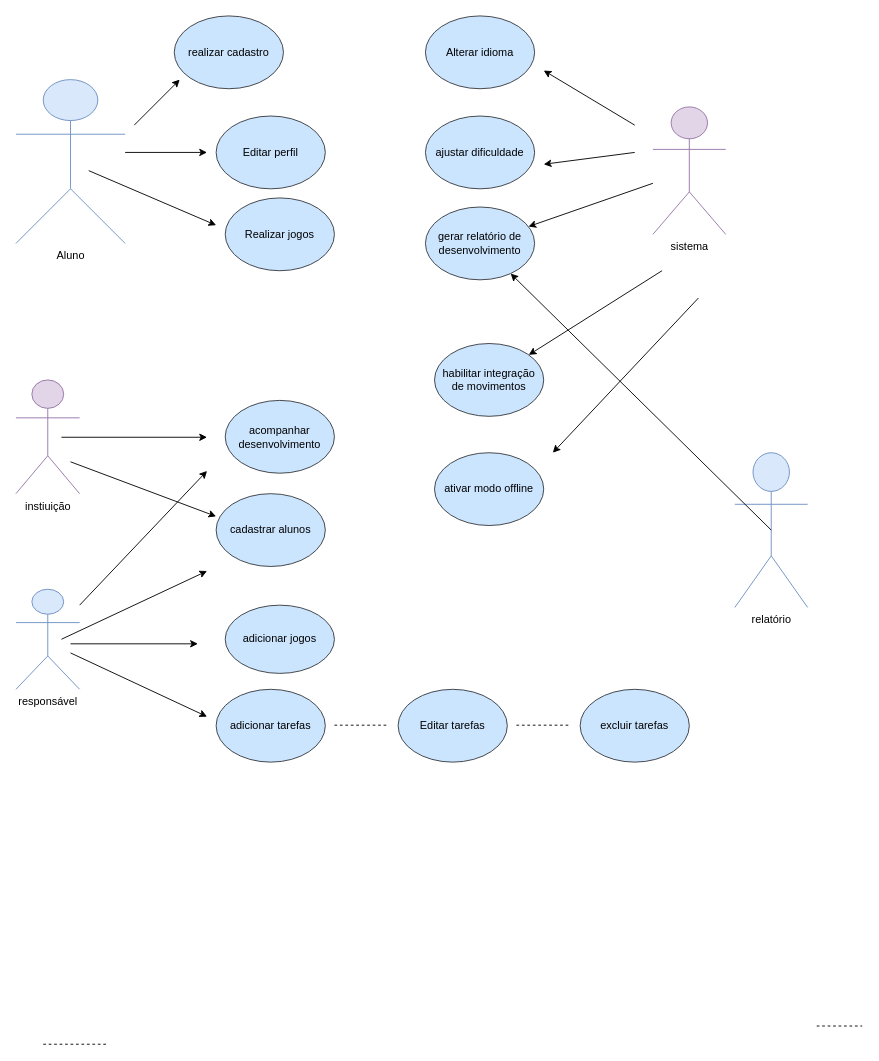
Before: page "diagrama de casos de uso" (2 of 3) of Diagramaaula.drawio in AnaBeatriz191/diagramasderequisitos, a draw.io diagram. Source tidied: cells renumbered, new cells numbered last; positions are measured from the earlier drawing's top-left corner, leaving out a move shared by most shapes. Both pictures are drawn from the tidied source at 91%, with x=0, y=0 at pixel (15, 15).
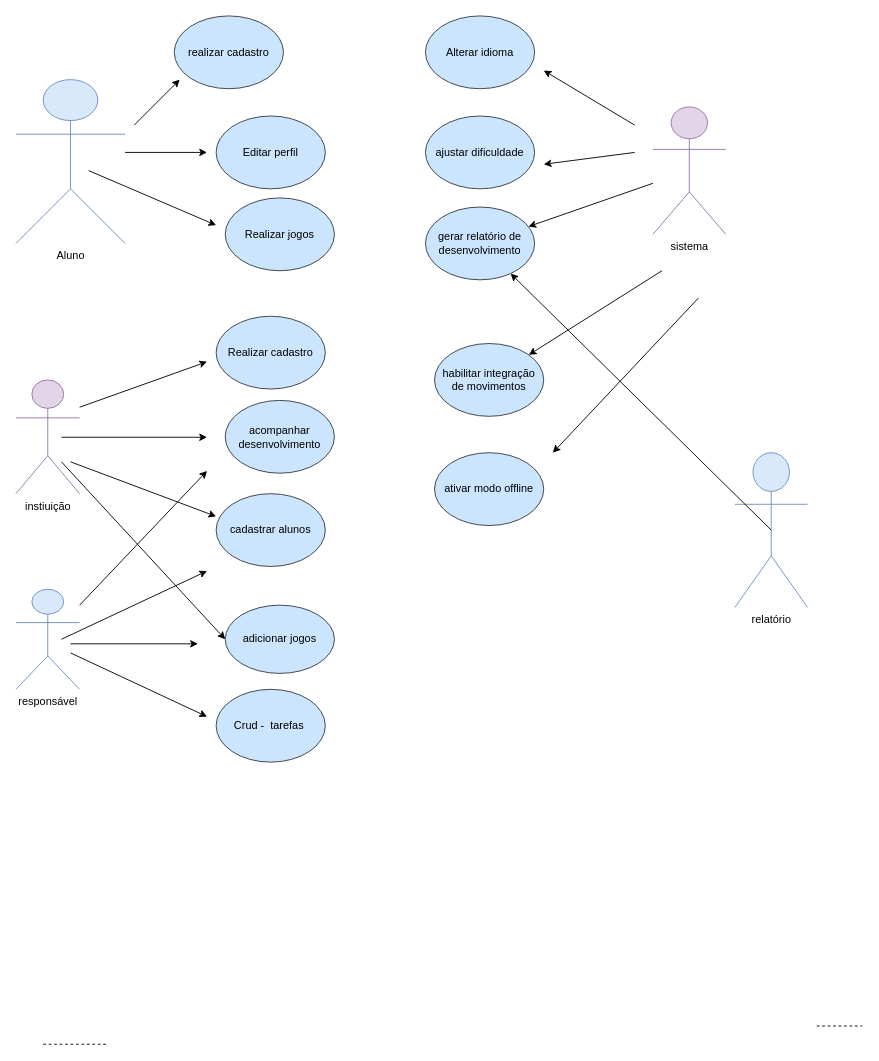
The same page after the edit.

The change refers to these unchanged cells:
```xml
<mxCell id="16" value="adicionar jogos" style="ellipse;whiteSpace=wrap;html=1;fillColor=#cce5ff;strokeColor=#36393d;" parent="1" vertex="1">
  <mxGeometry x="230" y="647.5" width="120" height="75" as="geometry" />
</mxCell>
```

Change to the diagram source:
```diff
@@
-    <mxCell id="12" value="excluir tarefas" style="ellipse;whiteSpace=wrap;html=1;fillColor=#cce5ff;strokeColor=#36393d;" parent="1" vertex="1">
-      <mxGeometry x="620" y="740" width="120" height="80" as="geometry" />
-    </mxCell>
-    <mxCell id="13" value="Editar tarefas" style="ellipse;whiteSpace=wrap;html=1;fillColor=#cce5ff;strokeColor=#36393d;" parent="1" vertex="1">
-      <mxGeometry x="420" y="740" width="120" height="80" as="geometry" />
-    </mxCell>
-    <mxCell id="14" value="adicionar tarefas" style="ellipse;whiteSpace=wrap;html=1;fillColor=#cce5ff;strokeColor=#36393d;" parent="1" vertex="1">
+    <mxCell id="14" value="Crud -&amp;nbsp; tarefas&amp;nbsp;" style="ellipse;whiteSpace=wrap;html=1;fillColor=#cce5ff;strokeColor=#36393d;" parent="1" vertex="1">
       <mxGeometry x="220" y="740" width="120" height="80" as="geometry" />
     </mxCell>
@@
-    <mxCell id="37" style="endArrow=none;dashed=1;html=1;rounded=0;" parent="1" edge="1">
-      <mxGeometry relative="1" as="geometry">
-        <mxPoint x="350" y="779.4" as="sourcePoint" />
-        <mxPoint x="410" y="779.4" as="targetPoint" />
-      </mxGeometry>
-    </mxCell>
-    <mxCell id="38" style="endArrow=none;dashed=1;html=1;rounded=0;" parent="1" edge="1">
-      <mxGeometry relative="1" as="geometry">
-        <mxPoint x="550" y="779.4" as="sourcePoint" />
-        <mxPoint x="610" y="779.4" as="targetPoint" />
-      </mxGeometry>
-    </mxCell>
@@
+    <mxCell id="40" style="endArrow=classic;html=1;rounded=0;entryX=0;entryY=0.5;entryDx=0;entryDy=0;" parent="1" edge="1" target="16">
+      <mxGeometry relative="1" as="geometry">
+        <mxPoint x="50" y="490" as="sourcePoint" />
+      </mxGeometry>
+    </mxCell>
+    <mxCell id="41" value="Realizar cadastro" style="ellipse;whiteSpace=wrap;html=1;fillColor=#cce5ff;strokeColor=#36393d;" parent="1" vertex="1">
+      <mxGeometry x="220" y="330" width="120" height="80" as="geometry" />
+    </mxCell>
+    <mxCell id="42" style="endArrow=classic;html=1;rounded=0;" parent="1" edge="1">
+      <mxGeometry relative="1" as="geometry">
+        <mxPoint x="70" y="430" as="sourcePoint" />
+        <mxPoint x="210" y="380" as="targetPoint" />
+      </mxGeometry>
+    </mxCell>
```
